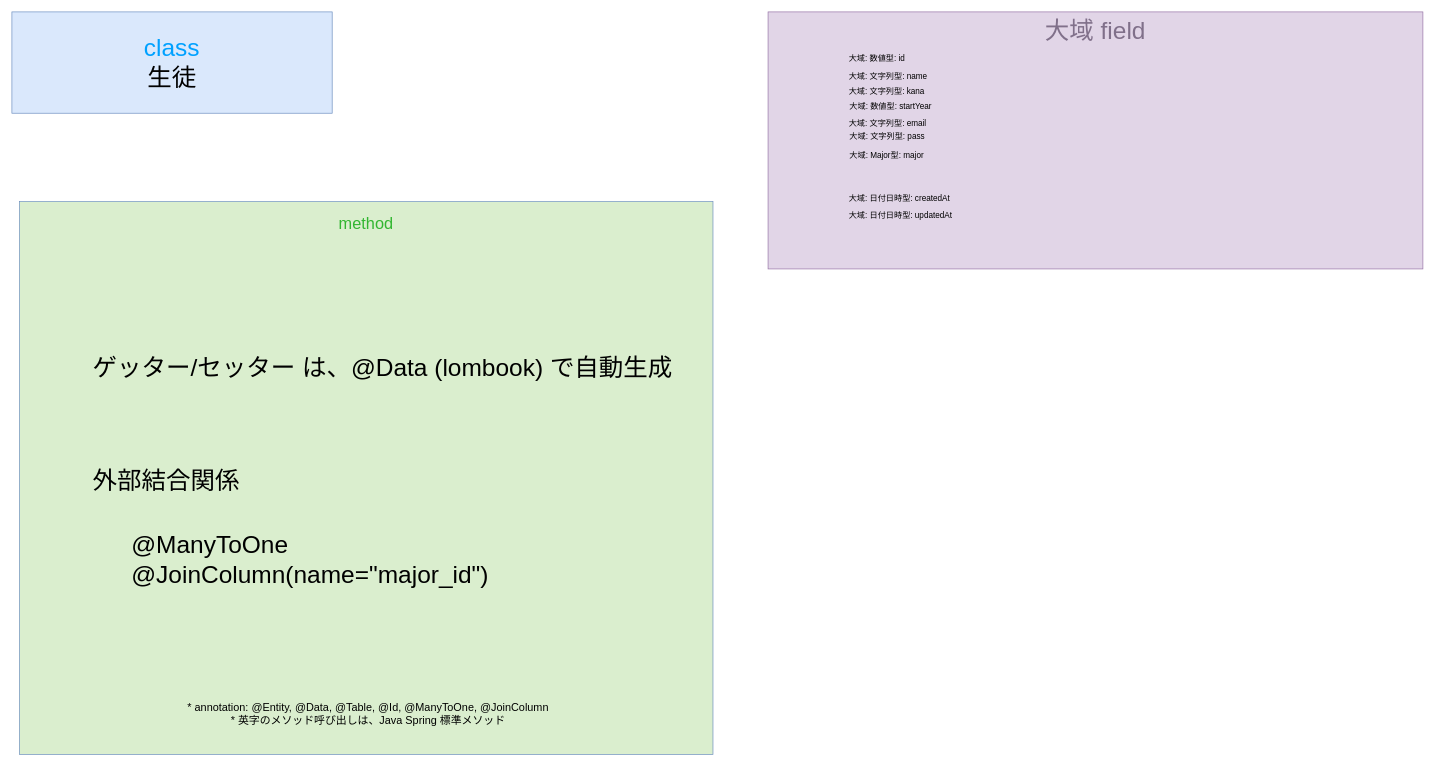
The draw.io diagram gijigengo/model/entity/seiseki_manage_sys model_entity Student クラス 疑似言語.drawio in tro319/seiseki_manage_sys, before the edit. Source tidied: cells renumbered, new cells numbered last; positions are measured from the earlier drawing's top-left corner, leaving out a move shared by most shapes. Both pictures are drawn from the tidied source at 68%, with x=0, y=0 at pixel (12, 12).
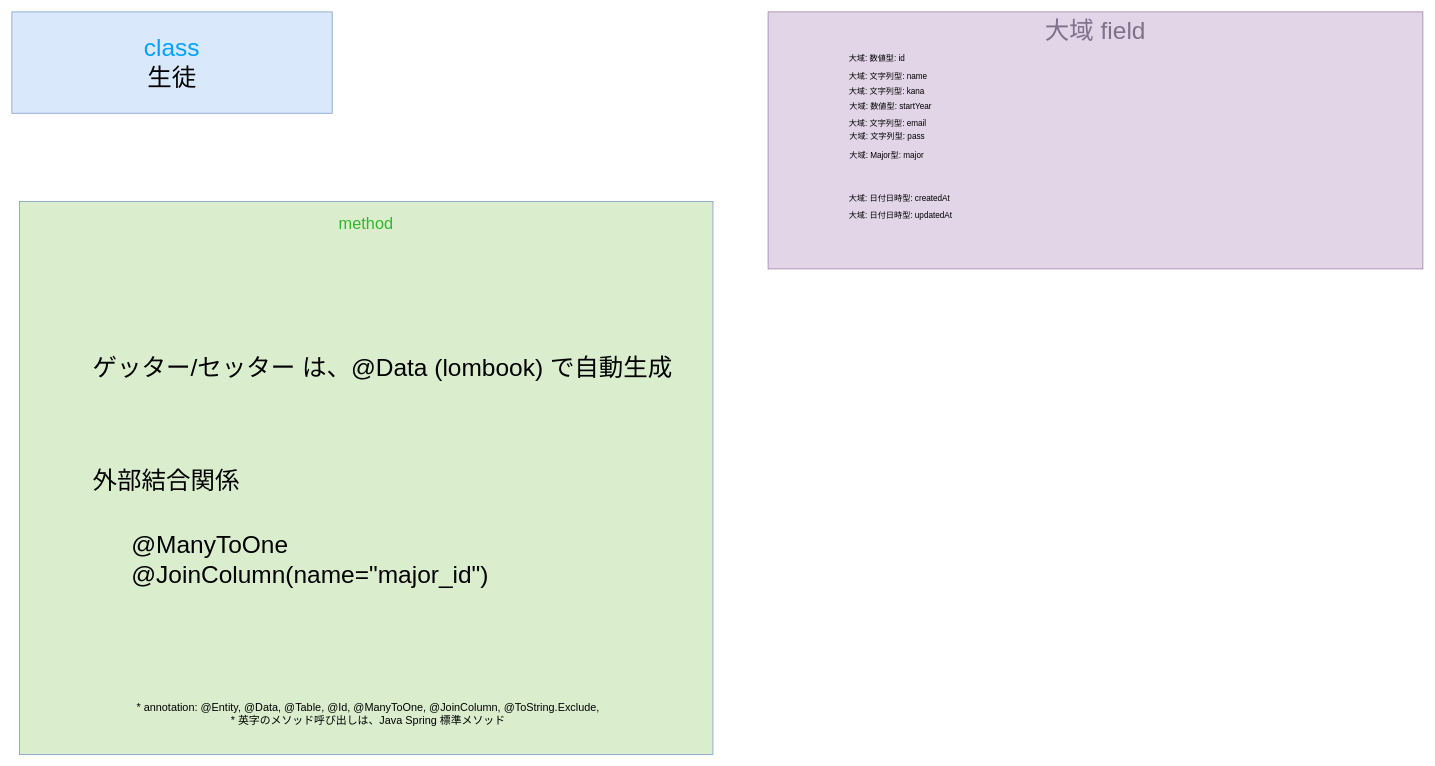
Above is the later version.

What changed in the source:
```diff
@@
 <mxGraphModel>
   <root>
     <mxCell id="0" />
     <mxCell id="1" parent="0" />
     <mxCell id="2" value="&lt;div&gt;&lt;span style=&quot;color: rgb(0, 161, 255);&quot;&gt;class&lt;/span&gt;&lt;/div&gt;&lt;div&gt;生徒&lt;/div&gt;" style="text;html=1;whiteSpace=wrap;strokeColor=#6c8ebf;fillColor=#dae8fc;align=center;verticalAlign=middle;rounded=0;fontSize=36;" parent="1" vertex="1">
       <mxGeometry width="471" height="149" as="geometry" />
     </mxCell>
     <mxCell id="3" value="&lt;div&gt;&lt;font style=&quot;font-size: 24px;&quot;&gt;&lt;span style=&quot;color: rgb(50, 182, 49);&quot;&gt;&lt;span style=&quot;&quot;&gt;&lt;span style=&quot;&quot;&gt;&lt;span&gt;method&lt;/span&gt;&lt;/span&gt;&lt;/span&gt;&lt;/span&gt;&lt;/font&gt;&lt;/div&gt;&lt;div&gt;&lt;font style=&quot;font-size: 24px;&quot;&gt;&lt;span style=&quot;color: rgba(0, 0, 0, 0);&quot;&gt;&lt;span style=&quot;color: rgba(0, 0, 0, 0);&quot;&gt;&lt;span style=&quot;&quot;&gt;&lt;span style=&quot;&quot;&gt;&lt;br&gt;&lt;/span&gt;&lt;/span&gt;&lt;/span&gt;&lt;/span&gt;&lt;/font&gt;&lt;/div&gt;" style="text;html=1;whiteSpace=wrap;strokeColor=#6c8ebf;fillColor=light-dark(#daeece, #214210);align=center;verticalAlign=top;rounded=0;fontSize=36;fontColor=#00A1FF;" parent="1" vertex="1">
       <mxGeometry x="11" y="279" width="1020" height="813" as="geometry" />
     </mxCell>
     <mxCell id="4" value="ゲッター/セッター は、@Data (lombook) で自動生成" style="text;html=1;whiteSpace=wrap;strokeColor=none;fillColor=none;align=left;verticalAlign=middle;rounded=0;fontSize=36;" parent="1" vertex="1">
       <mxGeometry x="116.8" y="508" width="854.5" height="30" as="geometry" />
     </mxCell>
-    <mxCell id="5" value="&lt;div&gt;&lt;br&gt;&lt;/div&gt;&lt;div&gt;&lt;span&gt;&lt;span&gt;&lt;span style=&quot;color: rgb(0, 0, 0);&quot;&gt;&lt;font style=&quot;font-size: 16px;&quot;&gt;* annotation: @Entity,&amp;nbsp;&lt;/font&gt;&lt;/span&gt;&lt;span style=&quot;color: rgb(0, 0, 0);&quot;&gt;&lt;font style=&quot;font-size: 16px;&quot;&gt;@Data, @Table, @Id, @ManyToOne, @JoinColumn&lt;/font&gt;&lt;/span&gt;&lt;/span&gt;&lt;/span&gt;&lt;/div&gt;&lt;div&gt;&lt;span&gt;&lt;span&gt;&lt;span style=&quot;color: rgb(0, 0, 0);&quot;&gt;&lt;font style=&quot;font-size: 16px;&quot;&gt;* 英字のメソッド呼び出しは、Java Spring 標準メソッド&lt;/font&gt;&lt;/span&gt;&lt;/span&gt;&lt;/span&gt;&lt;/div&gt;" style="text;html=1;whiteSpace=wrap;strokeColor=none;fillColor=none;align=center;verticalAlign=middle;rounded=0;" parent="1" vertex="1">
+    <mxCell id="5" value="&lt;div&gt;&lt;br&gt;&lt;/div&gt;&lt;div&gt;&lt;span&gt;&lt;span&gt;&lt;span style=&quot;color: rgb(0, 0, 0);&quot;&gt;&lt;font style=&quot;font-size: 16px;&quot;&gt;* annotation: @Entity,&amp;nbsp;&lt;/font&gt;&lt;/span&gt;&lt;span style=&quot;color: rgb(0, 0, 0);&quot;&gt;&lt;font style=&quot;font-size: 16px;&quot;&gt;@Data, @Table, @Id, @ManyToOne, @JoinColumn&lt;/font&gt;&lt;/span&gt;&lt;/span&gt;&lt;/span&gt;&lt;span&gt;&lt;span&gt;&lt;span style=&quot;color: rgb(0, 0, 0);&quot;&gt;&lt;font style=&quot;font-size: 16px;&quot;&gt;, @ToString.Exclude,&lt;/font&gt;&lt;/span&gt;&lt;/span&gt;&lt;/span&gt;&lt;/div&gt;&lt;div&gt;&lt;span&gt;&lt;span&gt;&lt;span style=&quot;color: rgb(0, 0, 0);&quot;&gt;&lt;font style=&quot;font-size: 16px;&quot;&gt;* 英字のメソッド呼び出しは、Java Spring 標準メソッド&lt;/font&gt;&lt;/span&gt;&lt;/span&gt;&lt;/span&gt;&lt;/div&gt;" style="text;html=1;whiteSpace=wrap;strokeColor=none;fillColor=none;align=center;verticalAlign=middle;rounded=0;" parent="1" vertex="1">
       <mxGeometry x="164" y="1010" width="720" height="30" as="geometry" />
     </mxCell>
     <mxCell id="6" value="&lt;font&gt;大域 field&lt;/font&gt;" style="rounded=0;whiteSpace=wrap;html=1;fillColor=#e1d5e7;strokeColor=#9673a6;verticalAlign=top;fontSize=36;fontColor=#80708A;" parent="1" vertex="1">
       <mxGeometry x="1112" width="963" height="378" as="geometry" />
     </mxCell>
     <mxCell id="7" value="大域: 文字列型: name" style="text;html=1;whiteSpace=wrap;strokeColor=none;fillColor=none;align=left;verticalAlign=middle;rounded=0;fontSize=12;" parent="1" vertex="1">
       <mxGeometry x="1229" y="80" width="590" height="30" as="geometry" />
     </mxCell>
     <mxCell id="8" value="大域: 数値型: id" style="text;html=1;whiteSpace=wrap;strokeColor=none;fillColor=none;align=left;verticalAlign=middle;rounded=0;fontSize=12;" parent="1" vertex="1">
       <mxGeometry x="1229" y="53" width="590" height="30" as="geometry" />
     </mxCell>
     <mxCell id="9" value="大域: 日付日時型: createdAt" style="text;html=1;whiteSpace=wrap;strokeColor=none;fillColor=none;align=left;verticalAlign=middle;rounded=0;fontSize=12;" parent="1" vertex="1">
       <mxGeometry x="1229" y="260" width="590" height="30" as="geometry" />
     </mxCell>
     <mxCell id="10" value="大域: 日付日時型: updatedAt" style="text;html=1;whiteSpace=wrap;strokeColor=none;fillColor=none;align=left;verticalAlign=middle;rounded=0;fontSize=12;" parent="1" vertex="1">
       <mxGeometry x="1229" y="284" width="590" height="30" as="geometry" />
     </mxCell>
     <mxCell id="11" value="&lt;div&gt;@ManyToOne&lt;/div&gt;&lt;div&gt;@JoinColumn(name=&quot;major_id&quot;)&lt;/div&gt;" style="text;html=1;whiteSpace=wrap;strokeColor=none;fillColor=none;align=left;verticalAlign=middle;rounded=0;fontSize=36;" parent="1" vertex="1">
       <mxGeometry x="174" y="699" width="854.5" height="212" as="geometry" />
     </mxCell>
     <mxCell id="12" value="大域: Major型: major" style="text;html=1;whiteSpace=wrap;strokeColor=none;fillColor=none;align=left;verticalAlign=middle;rounded=0;fontSize=12;" parent="1" vertex="1">
       <mxGeometry x="1230" y="197" width="590" height="30" as="geometry" />
     </mxCell>
     <mxCell id="13" value="外部結合関係" style="text;html=1;whiteSpace=wrap;strokeColor=none;fillColor=none;align=left;verticalAlign=middle;rounded=0;fontSize=36;" parent="1" vertex="1">
       <mxGeometry x="116.8" y="674" width="854.5" height="30" as="geometry" />
     </mxCell>
     <mxCell id="14" value="大域: 文字列型: kana" style="text;html=1;whiteSpace=wrap;strokeColor=none;fillColor=none;align=left;verticalAlign=middle;rounded=0;fontSize=12;" parent="1" vertex="1">
       <mxGeometry x="1229" y="102" width="590" height="30" as="geometry" />
     </mxCell>
     <mxCell id="15" value="大域: 文字列型: email" style="text;html=1;whiteSpace=wrap;strokeColor=none;fillColor=none;align=left;verticalAlign=middle;rounded=0;fontSize=12;" parent="1" vertex="1">
       <mxGeometry x="1229" y="149" width="590" height="30" as="geometry" />
     </mxCell>
     <mxCell id="16" value="大域: 数値型: startYear" style="text;html=1;whiteSpace=wrap;strokeColor=none;fillColor=none;align=left;verticalAlign=middle;rounded=0;fontSize=12;" parent="1" vertex="1">
       <mxGeometry x="1230" y="125" width="590" height="30" as="geometry" />
     </mxCell>
     <mxCell id="17" value="大域: 文字列型: pass" style="text;html=1;whiteSpace=wrap;strokeColor=none;fillColor=none;align=left;verticalAlign=middle;rounded=0;fontSize=12;" parent="1" vertex="1">
       <mxGeometry x="1230" y="169" width="590" height="30" as="geometry" />
     </mxCell>
   </root>
 </mxGraphModel>
```
